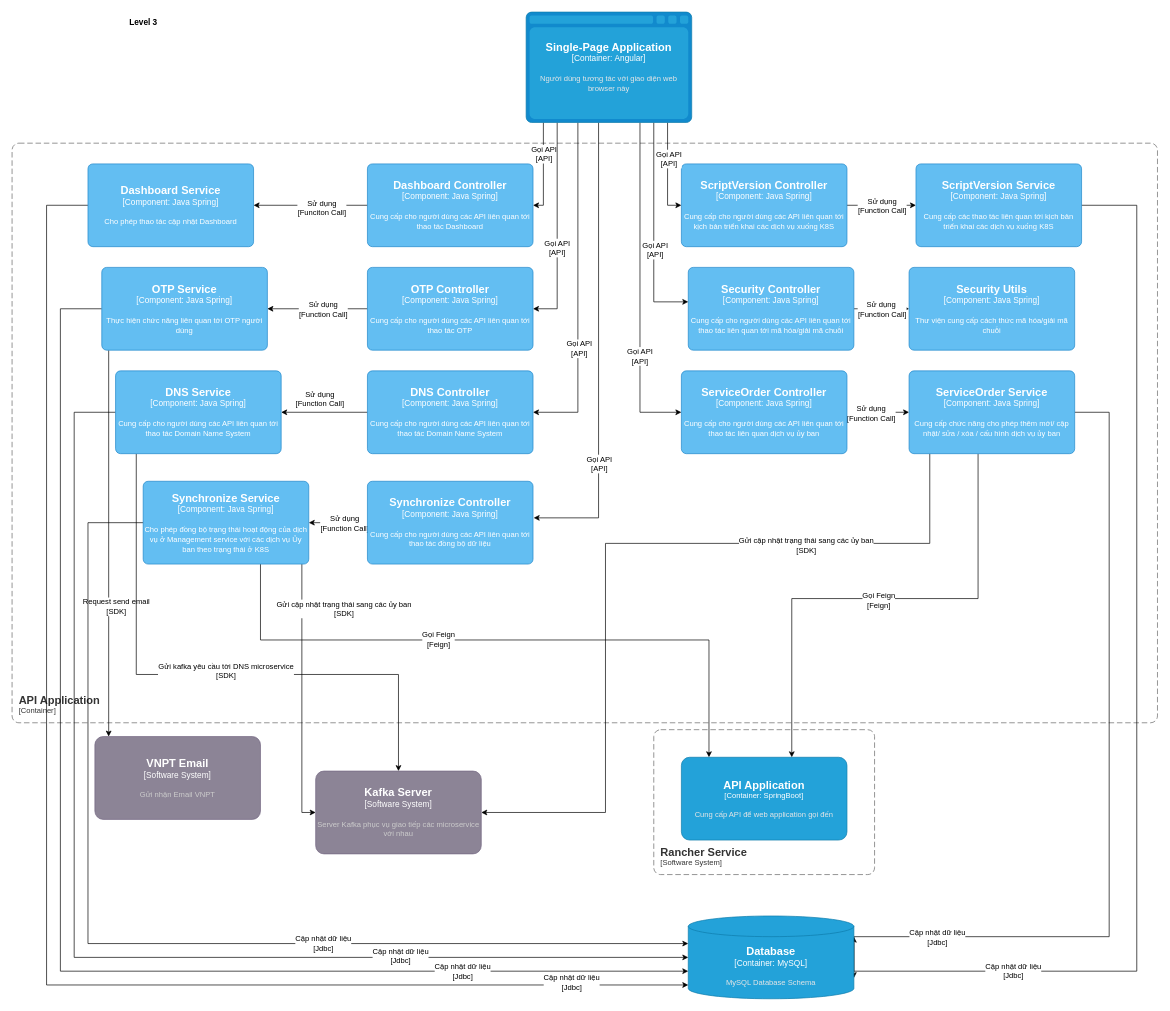
The draw.io diagram IDG-Portal Lv3 ObjectStorage API Application.drawio in dangngocsoncntt/draw.io, before the edit. Source tidied: cells renumbered, new cells numbered last; positions are measured from the earlier drawing's top-left corner, leaving out a move shared by most shapes. Both pictures are drawn from the tidied source at 69%, with x=0, y=0 at pixel (12, 12).
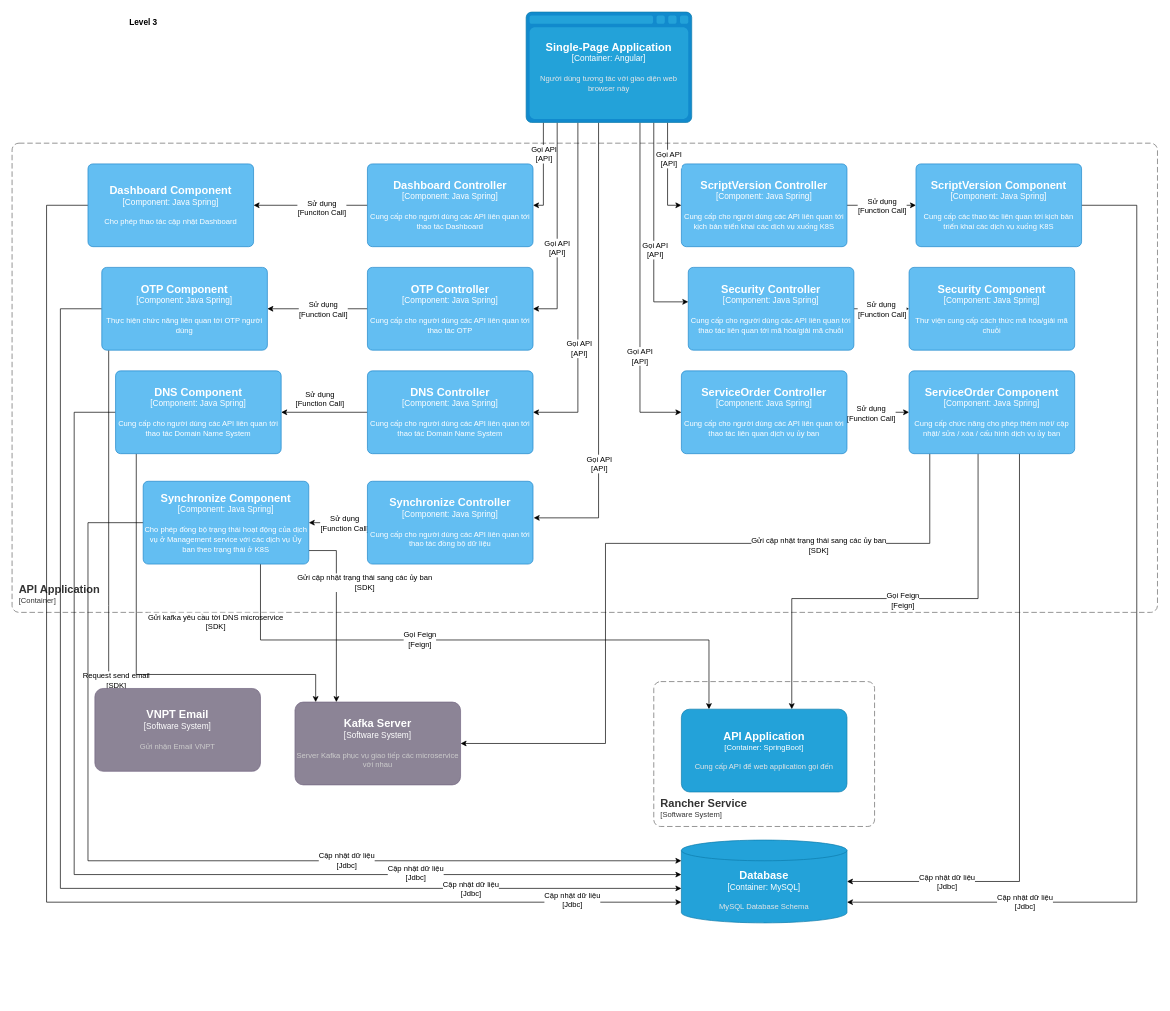
The same page after the edit.

The change refers to these unchanged cells:
```xml
<mxCell id="40" style="edgeStyle=orthogonalEdgeStyle;rounded=0;jettySize=auto;html=1;" parent="1" edge="1" source="44" target="45">
  <mxGeometry relative="1" as="geometry">
    <Array as="points">
      <mxPoint x="140" y="860" />
      <mxPoint x="140" y="860" />
    </Array>
  </mxGeometry>
</mxCell>
```

What changed in the source:
```diff
@@
     <object id="3" label="&lt;font style=&quot;font-size: 16px&quot;&gt;&lt;b&gt;&lt;div style=&quot;text-align: left&quot;&gt;%c4Name%&lt;/div&gt;&lt;/b&gt;&lt;/font&gt;&lt;div style=&quot;text-align: left&quot;&gt;[%c4Application%]&lt;/div&gt;" c4Application="Container" c4Name="API Application" placeholders="1">
       <mxCell style="rounded=1;fontSize=11;whiteSpace=wrap;html=1;dashed=1;arcSize=20;fillColor=none;strokeColor=#666666;fontColor=#333333;labelBackgroundColor=none;align=left;verticalAlign=bottom;labelBorderColor=none;spacingTop=0;spacing=10;dashPattern=8 4;perimeter=rectanglePerimeter;noLabel=0;labelPadding=0;absoluteArcSize=1;" parent="1" vertex="1">
-        <mxGeometry y="190" width="1660" height="840" as="geometry" />
+        <mxGeometry y="190" width="1660" height="680" as="geometry" />
       </mxCell>
     </object>
@@
     <mxCell id="41" value="Request send email&lt;br&gt;[SDK]" style="edgeLabel;html=1;align=center;verticalAlign=middle;" parent="40" vertex="1">
       <mxGeometry x="-0.09" relative="1" as="geometry">
-        <mxPoint x="10" y="116" as="offset" />
+        <mxPoint x="10" y="255" as="offset" />
       </mxGeometry>
     </mxCell>
     <mxCell id="42" style="edgeStyle=orthogonalEdgeStyle;rounded=0;jettySize=auto;html=1;" parent="1" edge="1" source="44" target="75">
       <mxGeometry relative="1" as="geometry">
         <Array as="points">
           <mxPoint x="70" y="430" />
-          <mxPoint x="70" y="1390" />
+          <mxPoint x="70" y="1270" />
         </Array>
       </mxGeometry>
     </mxCell>
@@
-    <object id="44" label="&lt;font style=&quot;font-size: 16px&quot;&gt;&lt;b&gt;%c4Name%&lt;/b&gt;&lt;/font&gt;&lt;div&gt;[%c4Type%: %c4Technology%]&lt;/div&gt;&lt;br&gt;&lt;div&gt;&lt;font style=&quot;font-size: 11px&quot;&gt;%c4Description%&lt;/font&gt;&lt;/div&gt;" c4Description="Thực hiện chức năng liên quan tới OTP người dùng" c4Name="OTP Service" c4Technology="Java Spring" c4Type="Component" placeholders="1">
+    <object id="44" label="&lt;font style=&quot;font-size: 16px&quot;&gt;&lt;b&gt;%c4Name%&lt;/b&gt;&lt;/font&gt;&lt;div&gt;[%c4Type%: %c4Technology%]&lt;/div&gt;&lt;br&gt;&lt;div&gt;&lt;font style=&quot;font-size: 11px&quot;&gt;%c4Description%&lt;/font&gt;&lt;/div&gt;" c4Description="Thực hiện chức năng liên quan tới OTP người dùng" c4Name="OTP Component" c4Technology="Java Spring" c4Type="Component" placeholders="1">
       <mxCell style="rounded=1;whiteSpace=wrap;html=1;labelBackgroundColor=none;fillColor=#63BEF2;fontColor=#ffffff;align=center;arcSize=6;strokeColor=#2086C9;points=[[0.25,0,0],[0.5,0,0],[0.75,0,0],[1,0.25,0],[1,0.5,0],[1,0.75,0],[0.75,1,0],[0.5,1,0],[0.25,1,0],[0,0.75,0],[0,0.5,0],[0,0.25,0]];" parent="1" vertex="1">
         <mxGeometry x="130" y="370" width="240" height="120" as="geometry" />
       </mxCell>
     </object>
     <object id="45" label="&lt;font style=&quot;font-size: 16px&quot;&gt;&lt;b&gt;%c4Name%&lt;/b&gt;&lt;/font&gt;&lt;div&gt;[%c4Type%]&lt;/div&gt;&lt;br&gt;&lt;div&gt;&lt;font style=&quot;font-size: 11px&quot;&gt;&lt;font color=&quot;#cccccc&quot;&gt;%c4Description%&lt;/font&gt;&lt;/div&gt;" c4Description="Gửi nhận Email VNPT" c4Name="VNPT Email" c4Type="Software System" placeholders="1">
       <mxCell style="rounded=1;whiteSpace=wrap;html=1;labelBackgroundColor=none;fillColor=#8C8496;fontColor=#ffffff;align=center;arcSize=10;strokeColor=#736782;points=[[0.25,0,0],[0.5,0,0],[0.75,0,0],[1,0.25,0],[1,0.5,0],[1,0.75,0],[0.75,1,0],[0.5,1,0],[0.25,1,0],[0,0.75,0],[0,0.5,0],[0,0.25,0]];" parent="1" vertex="1">
-        <mxGeometry x="120" y="1050" width="240" height="120" as="geometry" />
+        <mxGeometry x="120" y="980.3" width="240" height="120" as="geometry" />
       </mxCell>
     </object>
     <object id="46" label="&lt;font style=&quot;font-size: 16px&quot;&gt;&lt;b&gt;%c4Name%&lt;/b&gt;&lt;/font&gt;&lt;div&gt;[%c4Type%]&lt;/div&gt;&lt;br&gt;&lt;div&gt;&lt;font style=&quot;font-size: 11px&quot;&gt;&lt;font color=&quot;#cccccc&quot;&gt;%c4Description%&lt;/font&gt;&lt;/div&gt;" c4Description="Server Kafka phục vụ giao tiếp các microservice với nhau" c4Name="Kafka Server" c4Type="Software System" placeholders="1">
       <mxCell style="rounded=1;whiteSpace=wrap;html=1;labelBackgroundColor=none;fillColor=#8C8496;fontColor=#ffffff;align=center;arcSize=10;strokeColor=#736782;points=[[0.25,0,0],[0.5,0,0],[0.75,0,0],[1,0.25,0],[1,0.5,0],[1,0.75,0],[0.75,1,0],[0.5,1,0],[0.25,1,0],[0,0.75,0],[0,0.5,0],[0,0.25,0]];" parent="1" vertex="1">
-        <mxGeometry x="440" y="1100" width="240" height="120" as="geometry" />
+        <mxGeometry x="410" y="1000" width="240" height="120" as="geometry" />
       </mxCell>
     </object>
     <mxCell id="47" style="edgeStyle=orthogonalEdgeStyle;rounded=0;jettySize=auto;html=1;" parent="1" edge="1" source="51" target="46">
       <mxGeometry relative="1" as="geometry">
         <Array as="points">
           <mxPoint x="180" y="960" />
-          <mxPoint x="560" y="960" />
+          <mxPoint x="440" y="960" />
         </Array>
       </mxGeometry>
     </mxCell>
@@
     <mxCell id="49" style="edgeStyle=orthogonalEdgeStyle;rounded=0;jettySize=auto;html=1;" parent="1" edge="1" source="51" target="75">
       <mxGeometry relative="1" as="geometry">
         <Array as="points">
           <mxPoint x="90" y="580" />
-          <mxPoint x="90" y="1370" />
+          <mxPoint x="90" y="1250" />
         </Array>
       </mxGeometry>
     </mxCell>
@@
-    <object id="51" label="&lt;font style=&quot;font-size: 16px&quot;&gt;&lt;b&gt;%c4Name%&lt;/b&gt;&lt;/font&gt;&lt;div&gt;[%c4Type%: %c4Technology%]&lt;/div&gt;&lt;br&gt;&lt;div&gt;&lt;font style=&quot;font-size: 11px&quot;&gt;%c4Description%&lt;/font&gt;&lt;/div&gt;" c4Description="Cung cấp cho người dùng các API liên quan tới thao tác Domain Name System" c4Name="DNS Service" c4Technology="Java Spring" c4Type="Component" placeholders="1">
+    <object id="51" label="&lt;font style=&quot;font-size: 16px&quot;&gt;&lt;b&gt;%c4Name%&lt;/b&gt;&lt;/font&gt;&lt;div&gt;[%c4Type%: %c4Technology%]&lt;/div&gt;&lt;br&gt;&lt;div&gt;&lt;font style=&quot;font-size: 11px&quot;&gt;%c4Description%&lt;/font&gt;&lt;/div&gt;" c4Description="Cung cấp cho người dùng các API liên quan tới thao tác Domain Name System" c4Name="DNS Component" c4Technology="Java Spring" c4Type="Component" placeholders="1">
       <mxCell style="rounded=1;whiteSpace=wrap;html=1;labelBackgroundColor=none;fillColor=#63BEF2;fontColor=#ffffff;align=center;arcSize=6;strokeColor=#2086C9;points=[[0.25,0,0],[0.5,0,0],[0.75,0,0],[1,0.25,0],[1,0.5,0],[1,0.75,0],[0.75,1,0],[0.5,1,0],[0.25,1,0],[0,0.75,0],[0,0.5,0],[0,0.25,0]];" parent="1" vertex="1">
         <mxGeometry x="150" y="520" width="240" height="120" as="geometry" />
       </mxCell>
     </object>
-    <mxCell id="52" style="edgeStyle=orthogonalEdgeStyle;rounded=0;jettySize=auto;html=1;" parent="1" edge="1" source="58" target="46">
+    <mxCell id="52" style="edgeStyle=orthogonalEdgeStyle;rounded=0;jettySize=auto;html=1;entryX=0.25;entryY=0;entryDx=0;entryDy=0;entryPerimeter=0;" parent="1" edge="1" target="46">
       <mxGeometry relative="1" as="geometry">
+        <mxPoint x="430" y="780.4" as="sourcePoint" />
         <Array as="points">
-          <mxPoint x="420" y="1160" />
+          <mxPoint x="470" y="780" />
         </Array>
       </mxGeometry>
     </mxCell>
     <mxCell id="53" value="Gửi cập nhật trạng thái sang các ủy ban&lt;br&gt;[SDK]" style="edgeLabel;html=1;align=center;verticalAlign=middle;" parent="52" vertex="1">
       <mxGeometry x="-0.4" y="2" relative="1" as="geometry">
-        <mxPoint x="58" y="-50" as="offset" />
+        <mxPoint x="38" y="8" as="offset" />
       </mxGeometry>
     </mxCell>
@@
     <mxCell id="56" style="edgeStyle=orthogonalEdgeStyle;rounded=0;jettySize=auto;html=1;" parent="1" edge="1" source="58" target="75">
       <mxGeometry relative="1" as="geometry">
         <Array as="points">
           <mxPoint x="110" y="740" />
-          <mxPoint x="110" y="1350" />
+          <mxPoint x="110" y="1230" />
         </Array>
       </mxGeometry>
     </mxCell>
@@
-    <object id="58" label="&lt;font style=&quot;font-size: 16px&quot;&gt;&lt;b&gt;%c4Name%&lt;/b&gt;&lt;/font&gt;&lt;div&gt;[%c4Type%: %c4Technology%]&lt;/div&gt;&lt;br&gt;&lt;div&gt;&lt;font style=&quot;font-size: 11px&quot;&gt;%c4Description%&lt;/font&gt;&lt;/div&gt;" c4Description="Cho phép đồng bộ trạng thái hoạt động của dịch vụ ở Management service với các dịch vụ Ủy ban theo trạng thái ở K8S" c4Name="Synchronize Service" c4Technology="Java Spring" c4Type="Component" placeholders="1">
+    <object id="58" label="&lt;font style=&quot;font-size: 16px&quot;&gt;&lt;b&gt;%c4Name%&lt;/b&gt;&lt;/font&gt;&lt;div&gt;[%c4Type%: %c4Technology%]&lt;/div&gt;&lt;br&gt;&lt;div&gt;&lt;font style=&quot;font-size: 11px&quot;&gt;%c4Description%&lt;/font&gt;&lt;/div&gt;" c4Description="Cho phép đồng bộ trạng thái hoạt động của dịch vụ ở Management service với các dịch vụ Ủy ban theo trạng thái ở K8S" c4Name="Synchronize Component" c4Technology="Java Spring" c4Type="Component" placeholders="1">
       <mxCell style="rounded=1;whiteSpace=wrap;html=1;labelBackgroundColor=none;fillColor=#63BEF2;fontColor=#ffffff;align=center;arcSize=6;strokeColor=#2086C9;points=[[0.25,0,0],[0.5,0,0],[0.75,0,0],[1,0.25,0],[1,0.5,0],[1,0.75,0],[0.75,1,0],[0.5,1,0],[0.25,1,0],[0,0.75,0],[0,0.5,0],[0,0.25,0]];" parent="1" vertex="1">
         <mxGeometry x="190" y="680" width="240" height="120" as="geometry" />
       </mxCell>
     </object>
@@
     <mxCell id="61" style="edgeStyle=orthogonalEdgeStyle;rounded=0;jettySize=auto;html=1;" parent="1" edge="1" source="65" target="46">
       <mxGeometry relative="1" as="geometry">
         <Array as="points">
           <mxPoint x="1330" y="770" />
           <mxPoint x="860" y="770" />
-          <mxPoint x="860" y="1160" />
+          <mxPoint x="860" y="1060" />
         </Array>
       </mxGeometry>
     </mxCell>
@@
-    <mxCell id="63" style="edgeStyle=orthogonalEdgeStyle;rounded=0;jettySize=auto;html=1;entryX=1;entryY=0.75;entryDx=0;entryDy=0;entryPerimeter=0;" parent="1" edge="1" source="65" target="75">
+    <mxCell id="63" style="edgeStyle=orthogonalEdgeStyle;rounded=0;jettySize=auto;html=1;" parent="1" edge="1" source="65" target="75">
       <mxGeometry relative="1" as="geometry">
         <Array as="points">
-          <mxPoint x="1590" y="580" />
-          <mxPoint x="1590" y="1340" />
-          <mxPoint x="1220" y="1340" />
+          <mxPoint x="1460" y="1260" />
         </Array>
       </mxGeometry>
     </mxCell>
     <mxCell id="64" value="Cập nhật dữ liệu&lt;br style=&quot;border-color: var(--border-color);&quot;&gt;[Jdbc]" style="edgeLabel;html=1;align=center;verticalAlign=middle;" parent="63" vertex="1">
-      <mxGeometry x="0.71" relative="1" as="geometry" />
+      <mxGeometry x="0.67" relative="1" as="geometry" />
     </mxCell>
-    <object id="65" label="&lt;font style=&quot;font-size: 16px&quot;&gt;&lt;b&gt;%c4Name%&lt;/b&gt;&lt;/font&gt;&lt;div&gt;[%c4Type%: %c4Technology%]&lt;/div&gt;&lt;br&gt;&lt;div&gt;&lt;font style=&quot;font-size: 11px&quot;&gt;%c4Description%&lt;/font&gt;&lt;/div&gt;" c4Description="Cung cấp chức năng cho phép thêm mới/ cập nhật/ sửa / xóa / cấu hình dịch vụ ủy ban" c4Name="ServiceOrder Service" c4Technology="Java Spring" c4Type="Component" placeholders="1">
+    <object id="65" label="&lt;font style=&quot;font-size: 16px&quot;&gt;&lt;b&gt;%c4Name%&lt;/b&gt;&lt;/font&gt;&lt;div&gt;[%c4Type%: %c4Technology%]&lt;/div&gt;&lt;br&gt;&lt;div&gt;&lt;font style=&quot;font-size: 11px&quot;&gt;%c4Description%&lt;/font&gt;&lt;/div&gt;" c4Description="Cung cấp chức năng cho phép thêm mới/ cập nhật/ sửa / xóa / cấu hình dịch vụ ủy ban" c4Name="ServiceOrder Component" c4Technology="Java Spring" c4Type="Component" placeholders="1">
       <mxCell style="rounded=1;whiteSpace=wrap;html=1;labelBackgroundColor=none;fillColor=#63BEF2;fontColor=#ffffff;align=center;arcSize=6;strokeColor=#2086C9;points=[[0.25,0,0],[0.5,0,0],[0.75,0,0],[1,0.25,0],[1,0.5,0],[1,0.75,0],[0.75,1,0],[0.5,1,0],[0.25,1,0],[0,0.75,0],[0,0.5,0],[0,0.25,0]];" parent="1" vertex="1">
         <mxGeometry x="1300" y="520" width="240" height="120" as="geometry" />
       </mxCell>
     </object>
     <object id="66" label="&lt;font style=&quot;font-size: 16px&quot;&gt;&lt;b&gt;%c4Name%&lt;/b&gt;&lt;/font&gt;&lt;div&gt;[%c4Type%: %c4Technology%]&lt;/div&gt;&lt;br&gt;&lt;div&gt;&lt;font style=&quot;font-size: 11px&quot;&gt;&lt;font color=&quot;#E6E6E6&quot;&gt;%c4Description%&lt;/font&gt;&lt;/div&gt;" c4Description="Cung cấp API để web application gọi đến " c4Name="API Application" c4Technology="SpringBoot" c4Type="Container" placeholders="1">
       <mxCell style="rounded=1;whiteSpace=wrap;html=1;fontSize=11;labelBackgroundColor=none;fillColor=#23A2D9;fontColor=#ffffff;align=center;arcSize=10;strokeColor=#0E7DAD;points=[[0.25,0,0],[0.5,0,0],[0.75,0,0],[1,0.25,0],[1,0.5,0],[1,0.75,0],[0.75,1,0],[0.5,1,0],[0.25,1,0],[0,0.75,0],[0,0.5,0],[0,0.25,0]];" parent="1" vertex="1">
-        <mxGeometry x="970" y="1080" width="240" height="120" as="geometry" />
+        <mxGeometry x="970" y="1010.3" width="240" height="120" as="geometry" />
       </mxCell>
     </object>
     <object id="67" label="&lt;font style=&quot;font-size: 16px&quot;&gt;&lt;b&gt;&lt;div style=&quot;text-align: left&quot;&gt;%c4Name%&lt;/div&gt;&lt;/b&gt;&lt;/font&gt;&lt;div style=&quot;text-align: left&quot;&gt;[%c4Application%]&lt;/div&gt;" c4Application="Software System" c4Name="Rancher Service" placeholders="1">
       <mxCell style="rounded=1;fontSize=11;whiteSpace=wrap;html=1;dashed=1;arcSize=20;fillColor=none;strokeColor=#666666;fontColor=#333333;labelBackgroundColor=none;align=left;verticalAlign=bottom;labelBorderColor=none;spacingTop=0;spacing=10;dashPattern=8 4;perimeter=rectanglePerimeter;noLabel=0;labelPadding=0;absoluteArcSize=1;" parent="1" vertex="1">
-        <mxGeometry x="930" y="1040" width="320" height="210" as="geometry" />
+        <mxGeometry x="930" y="970.3" width="320" height="210" as="geometry" />
       </mxCell>
     </object>
     <mxCell id="68" style="edgeStyle=orthogonalEdgeStyle;rounded=0;jettySize=auto;html=1;" parent="1" edge="1" source="70" target="75">
       <mxGeometry relative="1" as="geometry">
         <Array as="points">
           <mxPoint x="50" y="280" />
-          <mxPoint x="50" y="1410" />
+          <mxPoint x="50" y="1290" />
         </Array>
       </mxGeometry>
     </mxCell>
@@
-    <object id="70" label="&lt;font style=&quot;font-size: 16px&quot;&gt;&lt;b&gt;%c4Name%&lt;/b&gt;&lt;/font&gt;&lt;div&gt;[%c4Type%: %c4Technology%]&lt;/div&gt;&lt;br&gt;&lt;div&gt;&lt;font style=&quot;font-size: 11px&quot;&gt;%c4Description%&lt;/font&gt;&lt;/div&gt;" c4Description="Cho phép thao tác cập nhật Dashboard" c4Name="Dashboard Service" c4Technology="Java Spring" c4Type="Component" placeholders="1">
+    <object id="70" label="&lt;font style=&quot;font-size: 16px&quot;&gt;&lt;b&gt;%c4Name%&lt;/b&gt;&lt;/font&gt;&lt;div&gt;[%c4Type%: %c4Technology%]&lt;/div&gt;&lt;br&gt;&lt;div&gt;&lt;font style=&quot;font-size: 11px&quot;&gt;%c4Description%&lt;/font&gt;&lt;/div&gt;" c4Description="Cho phép thao tác cập nhật Dashboard" c4Name="Dashboard Component" c4Technology="Java Spring" c4Type="Component" placeholders="1">
       <mxCell style="rounded=1;whiteSpace=wrap;html=1;labelBackgroundColor=none;fillColor=#63BEF2;fontColor=#ffffff;align=center;arcSize=6;strokeColor=#2086C9;points=[[0.25,0,0],[0.5,0,0],[0.75,0,0],[1,0.25,0],[1,0.5,0],[1,0.75,0],[0.75,1,0],[0.5,1,0],[0.25,1,0],[0,0.75,0],[0,0.5,0],[0,0.25,0]];" parent="1" vertex="1">
         <mxGeometry x="110" y="220" width="240" height="120" as="geometry" />
       </mxCell>
     </object>
-    <mxCell id="71" style="edgeStyle=orthogonalEdgeStyle;rounded=0;jettySize=auto;html=1;entryX=1;entryY=0.25;entryDx=0;entryDy=0;entryPerimeter=0;" parent="1" edge="1" source="73" target="75">
+    <mxCell id="71" style="edgeStyle=orthogonalEdgeStyle;rounded=0;jettySize=auto;html=1;entryX=1;entryY=0.75;entryDx=0;entryDy=0;entryPerimeter=0;" parent="1" edge="1" source="73" target="75">
       <mxGeometry relative="1" as="geometry">
         <Array as="points">
           <mxPoint x="1630" y="280" />
-          <mxPoint x="1630" y="1390" />
-          <mxPoint x="1220" y="1390" />
+          <mxPoint x="1630" y="1290" />
         </Array>
       </mxGeometry>
     </mxCell>
@@
-    <object id="73" label="&lt;font style=&quot;font-size: 16px&quot;&gt;&lt;b&gt;%c4Name%&lt;/b&gt;&lt;/font&gt;&lt;div&gt;[%c4Type%: %c4Technology%]&lt;/div&gt;&lt;br&gt;&lt;div&gt;&lt;font style=&quot;font-size: 11px&quot;&gt;%c4Description%&lt;/font&gt;&lt;/div&gt;" c4Description="Cung cấp các thao tác liên quan tới kịch bản triển khai các dịch vụ xuống K8S" c4Name="ScriptVersion Service" c4Technology="Java Spring" c4Type="Component" placeholders="1">
+    <object id="73" label="&lt;font style=&quot;font-size: 16px&quot;&gt;&lt;b&gt;%c4Name%&lt;/b&gt;&lt;/font&gt;&lt;div&gt;[%c4Type%: %c4Technology%]&lt;/div&gt;&lt;br&gt;&lt;div&gt;&lt;font style=&quot;font-size: 11px&quot;&gt;%c4Description%&lt;/font&gt;&lt;/div&gt;" c4Description="Cung cấp các thao tác liên quan tới kịch bản triển khai các dịch vụ xuống K8S" c4Name="ScriptVersion Component" c4Technology="Java Spring" c4Type="Component" placeholders="1">
       <mxCell style="rounded=1;whiteSpace=wrap;html=1;labelBackgroundColor=none;fillColor=#63BEF2;fontColor=#ffffff;align=center;arcSize=6;strokeColor=#2086C9;points=[[0.25,0,0],[0.5,0,0],[0.75,0,0],[1,0.25,0],[1,0.5,0],[1,0.75,0],[0.75,1,0],[0.5,1,0],[0.25,1,0],[0,0.75,0],[0,0.5,0],[0,0.25,0]];" parent="1" vertex="1">
         <mxGeometry x="1310" y="220" width="240" height="120" as="geometry" />
       </mxCell>
     </object>
-    <object id="74" label="&lt;font style=&quot;font-size: 16px&quot;&gt;&lt;b&gt;%c4Name%&lt;/b&gt;&lt;/font&gt;&lt;div&gt;[%c4Type%: %c4Technology%]&lt;/div&gt;&lt;br&gt;&lt;div&gt;&lt;font style=&quot;font-size: 11px&quot;&gt;%c4Description%&lt;/font&gt;&lt;/div&gt;" c4Description="Thư viện cung cấp cách thức mã hóa/giải mã chuỗi" c4Name="Security Utils" c4Technology="Java Spring" c4Type="Component" placeholders="1">
+    <object id="74" label="&lt;font style=&quot;font-size: 16px&quot;&gt;&lt;b&gt;%c4Name%&lt;/b&gt;&lt;/font&gt;&lt;div&gt;[%c4Type%: %c4Technology%]&lt;/div&gt;&lt;br&gt;&lt;div&gt;&lt;font style=&quot;font-size: 11px&quot;&gt;%c4Description%&lt;/font&gt;&lt;/div&gt;" c4Description="Thư viện cung cấp cách thức mã hóa/giải mã chuỗi" c4Name="Security Component" c4Technology="Java Spring" c4Type="Component" placeholders="1">
       <mxCell style="rounded=1;whiteSpace=wrap;html=1;labelBackgroundColor=none;fillColor=#63BEF2;fontColor=#ffffff;align=center;arcSize=6;strokeColor=#2086C9;points=[[0.25,0,0],[0.5,0,0],[0.75,0,0],[1,0.25,0],[1,0.5,0],[1,0.75,0],[0.75,1,0],[0.5,1,0],[0.25,1,0],[0,0.75,0],[0,0.5,0],[0,0.25,0]];" parent="1" vertex="1">
         <mxGeometry x="1300" y="370" width="240" height="120" as="geometry" />
       </mxCell>
     </object>
     <object id="75" label="&lt;font style=&quot;font-size: 16px&quot;&gt;&lt;b&gt;%c4Type%&lt;/b&gt;&lt;/font&gt;&lt;div&gt;[%c4Container%:&amp;nbsp;%c4Technology%]&lt;/div&gt;&lt;br&gt;&lt;div&gt;&lt;font style=&quot;font-size: 11px&quot;&gt;&lt;font color=&quot;#E6E6E6&quot;&gt;%c4Description%&lt;/font&gt;&lt;/div&gt;" c4Container="Container" c4Description="MySQL Database Schema" c4Technology="MySQL" c4Type="Database" placeholders="1">
       <mxCell style="shape=cylinder3;size=15;whiteSpace=wrap;html=1;boundedLbl=1;rounded=0;labelBackgroundColor=none;fillColor=#23A2D9;fontSize=12;fontColor=#ffffff;align=center;strokeColor=#0E7DAD;points=[[0.5,0,0],[1,0.25,0],[1,0.5,0],[1,0.75,0],[0.5,1,0],[0,0.75,0],[0,0.5,0],[0,0.25,0]];" parent="1" vertex="1">
-        <mxGeometry x="980" y="1310" width="240" height="120" as="geometry" />
+        <mxGeometry x="970" y="1200" width="240" height="120" as="geometry" />
       </mxCell>
     </object>
```
